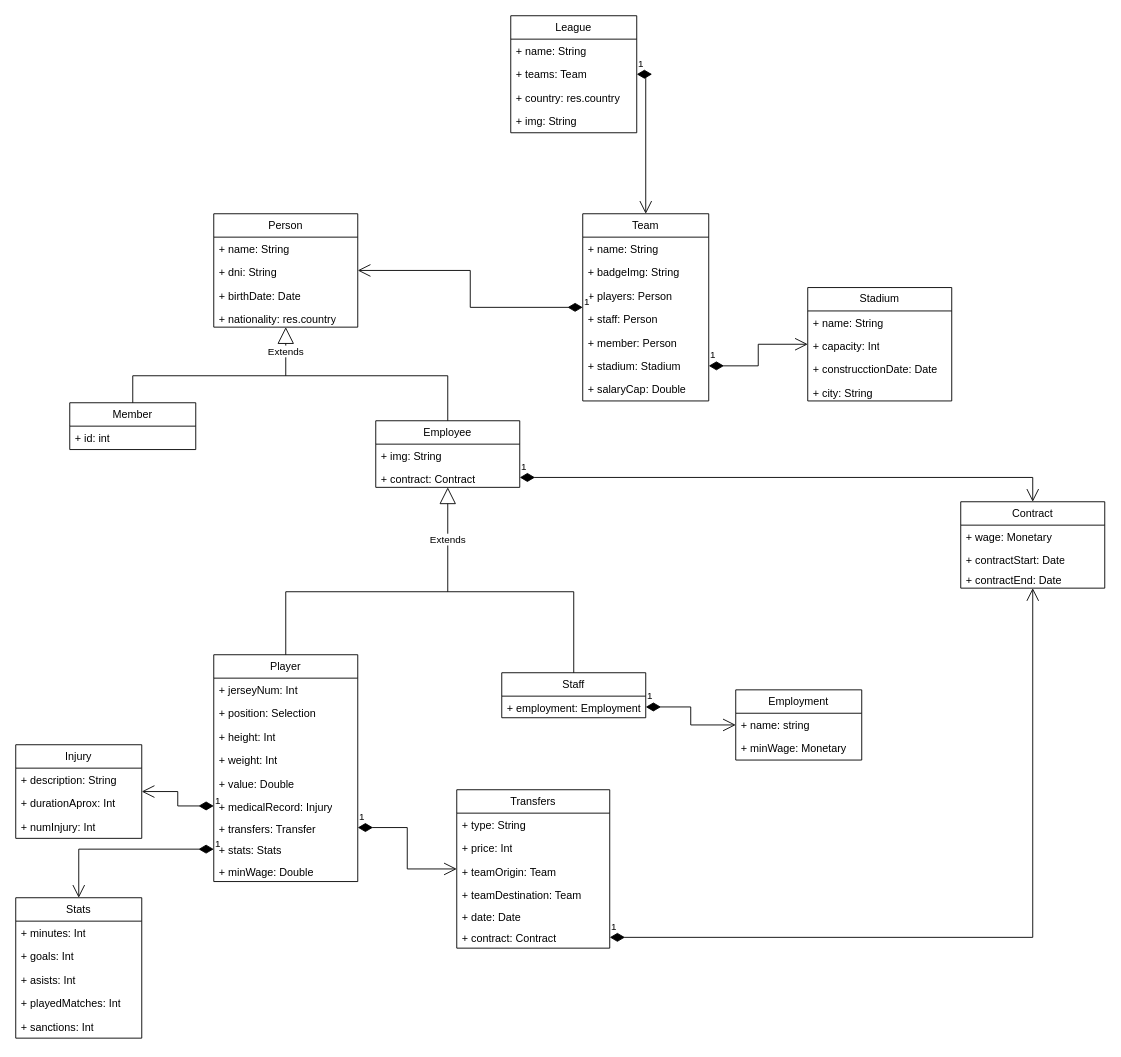
This is UML/UML-League-en.drawio from Arrcturus/laliga-odoo, a draw.io file, before an edit. Source tidied: cells renumbered, new cells numbered last; positions are measured from the earlier drawing's top-left corner, leaving out a move shared by most shapes. Both pictures are drawn from the tidied source at 90%, with x=0, y=0 at pixel (15, 15).
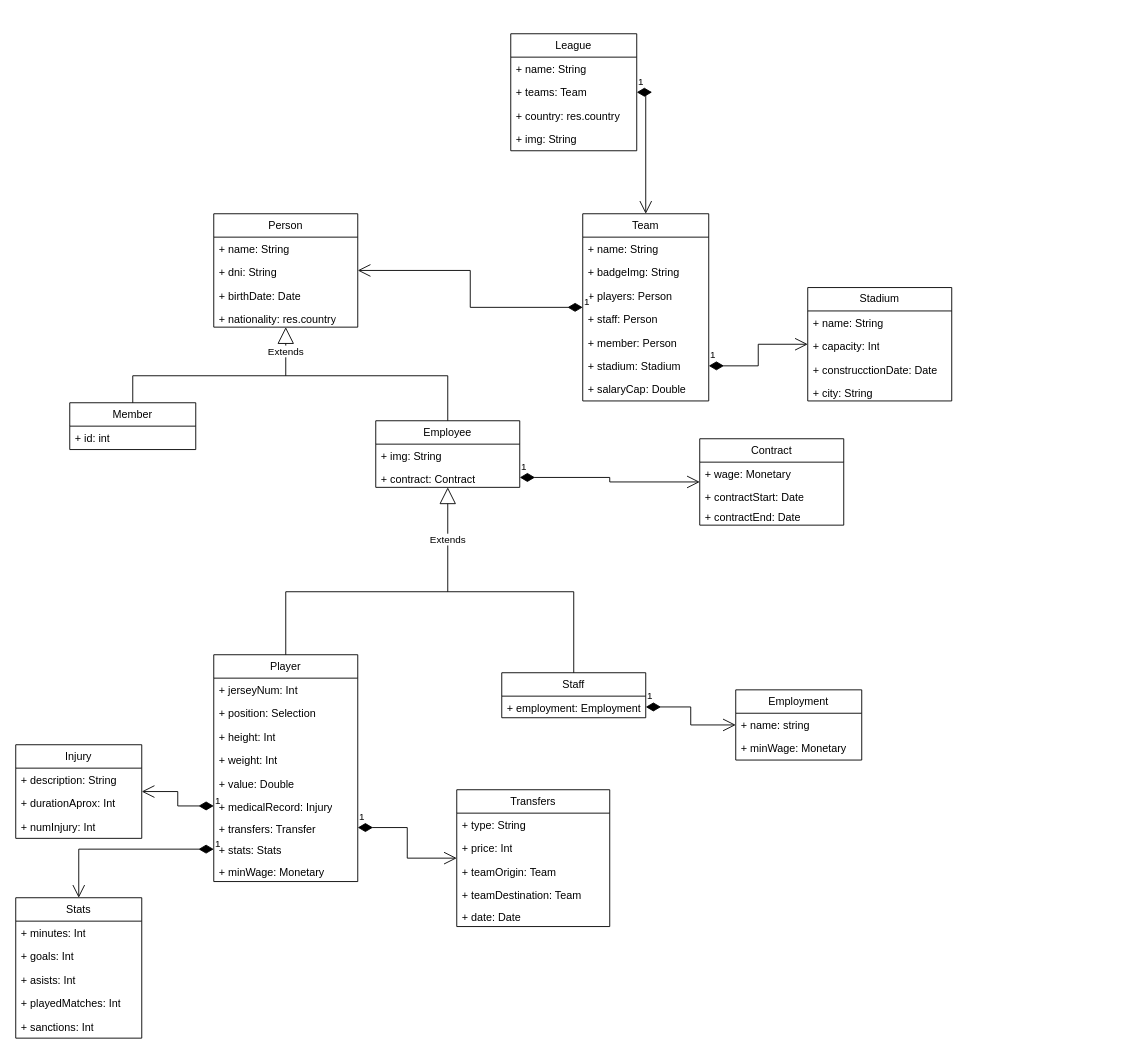
The same diagram, later.

Unchanged cells that the change refers to:
```xml
<mxCell id="20" value="Player" style="swimlane;fontStyle=0;horizontal=1;startSize=26;fillColor=none;whiteSpace=wrap;html=1;" parent="1" vertex="1">
  <mxGeometry x="220" y="710" width="160" height="252" as="geometry" />
</mxCell>
```

Diff of the diagram source:
```diff
@@
-    <mxCell id="29" value="+ minWage: Double" style="text;strokeColor=none;fillColor=none;align=left;verticalAlign=top;spacingLeft=4;spacingRight=4;overflow=hidden;whiteSpace=wrap;html=1;" parent="20" vertex="1">
+    <mxCell id="29" value="+ minWage: Monetary" style="text;strokeColor=none;fillColor=none;align=left;verticalAlign=top;spacingLeft=4;spacingRight=4;overflow=hidden;whiteSpace=wrap;html=1;" parent="20" vertex="1">
       <mxGeometry y="228" width="160" height="24" as="geometry" />
     </mxCell>
@@
     <mxCell id="62" value="League" style="swimlane;fontStyle=0;horizontal=1;startSize=26;fillColor=none;whiteSpace=wrap;html=1;" parent="1" vertex="1">
-      <mxGeometry x="550" width="140" height="130" as="geometry" />
+      <mxGeometry x="550" y="20" width="140" height="130" as="geometry" />
     </mxCell>
@@
     <mxCell id="69" value="Transfers" style="swimlane;fontStyle=0;horizontal=1;startSize=26;fillColor=none;whiteSpace=wrap;html=1;" parent="1" vertex="1">
-      <mxGeometry x="490" y="860" width="170" height="176" as="geometry" />
+      <mxGeometry x="490" y="860" width="170" height="152" as="geometry" />
     </mxCell>
@@
-    <mxCell id="75" value="+ contract: Contract" style="text;strokeColor=none;fillColor=none;align=left;verticalAlign=top;spacingLeft=4;spacingRight=4;overflow=hidden;points=[[0,0.5],[1,0.5]];portConstraint=eastwest;whiteSpace=wrap;html=1;" parent="69" vertex="1">
-      <mxGeometry y="152" width="170" height="24" as="geometry" />
-    </mxCell>
@@
     <mxCell id="77" value="Contract" style="swimlane;fontStyle=0;horizontal=1;startSize=26;fillColor=none;whiteSpace=wrap;html=1;" parent="1" vertex="1">
-      <mxGeometry x="1050" y="540" width="160" height="96" as="geometry" />
+      <mxGeometry x="760" y="470" width="160" height="96" as="geometry" />
     </mxCell>
@@
-    <mxCell id="82" value="1" style="endArrow=open;html=1;endSize=12;startArrow=diamondThin;startSize=14;startFill=1;edgeStyle=orthogonalEdgeStyle;align=left;verticalAlign=bottom;rounded=0;" parent="1" edge="1" source="75" target="77">
-      <mxGeometry x="-1" y="3" relative="1" as="geometry" />
-    </mxCell>
```
